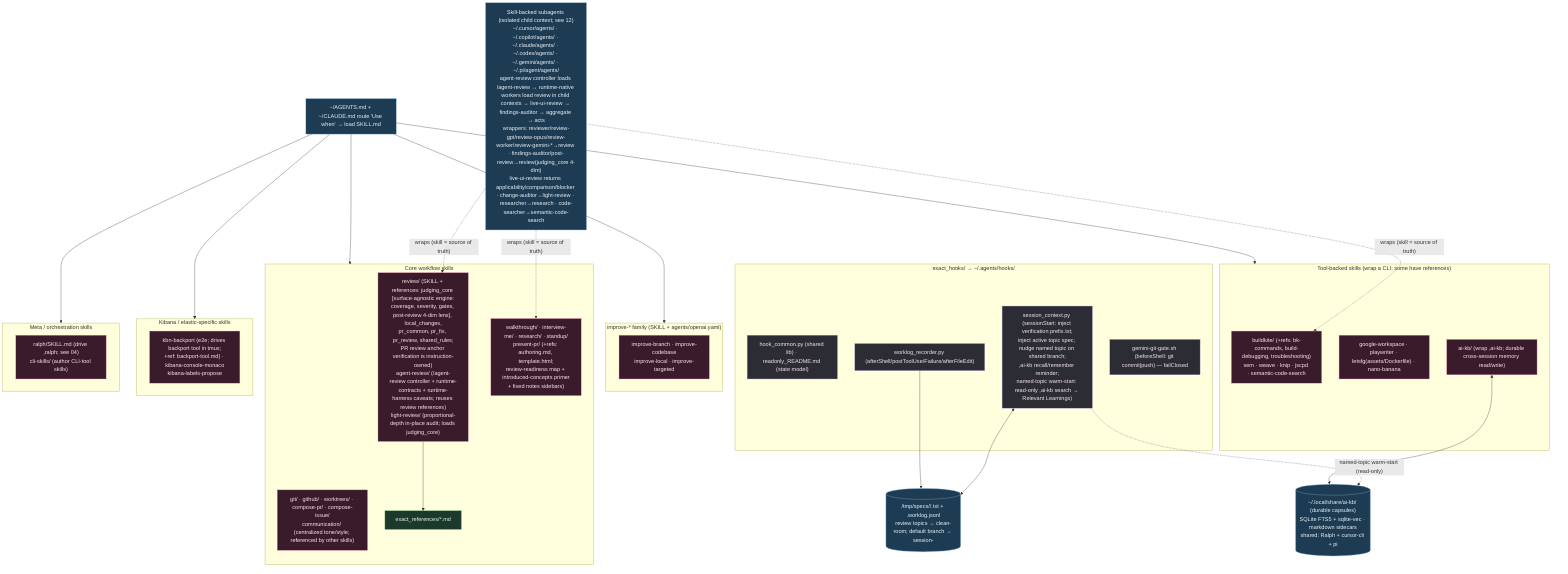
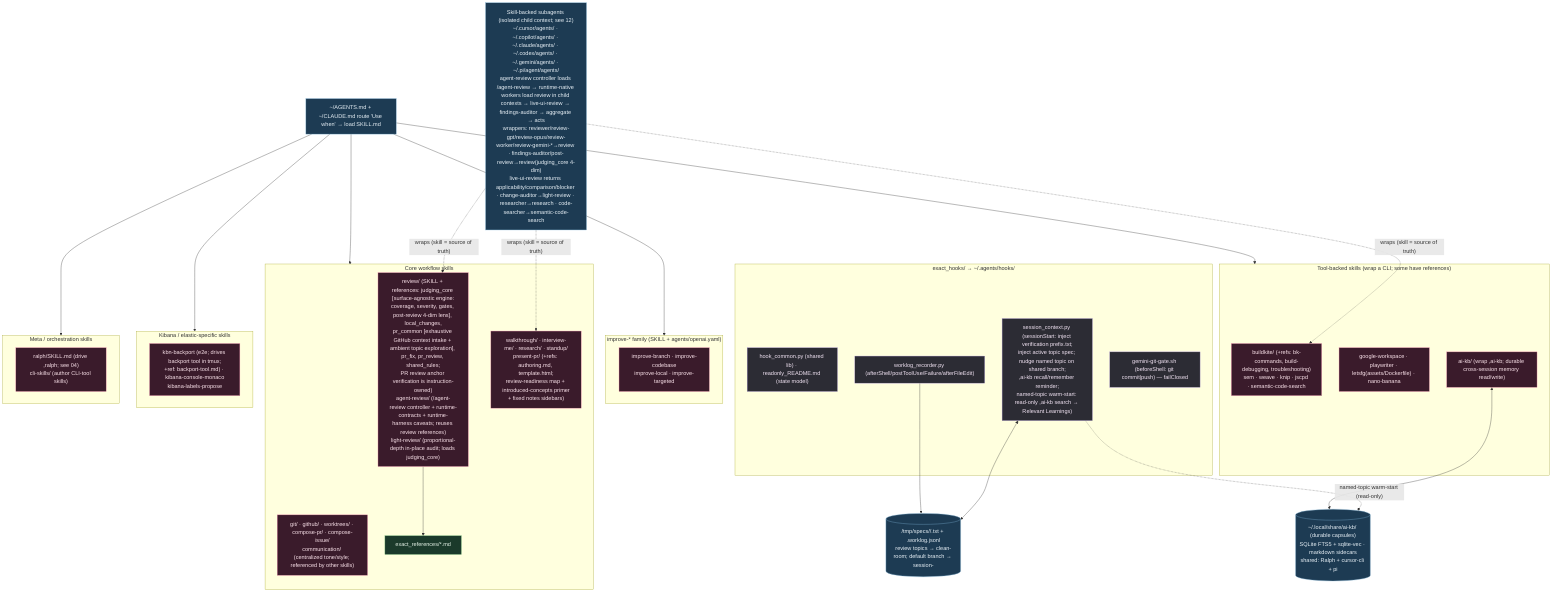
%% ============================================================================
%% 03b-agent-skills-hooks.mmd — Every file under home/exact_dot_agents/ (62).
%% Skills → ~/.agents/skills/ (intent-routed SKILL.md). Shared hooks → ~/.agents/hooks/.
%% ============================================================================
flowchart TB
    classDef skill fill:#3a1b2b,stroke:#f48fb1,color:#fce4ec;
    classDef hook fill:#2c2c34,stroke:#b39ddb,color:#f3e5f5;
    classDef ref fill:#1b3a2b,stroke:#81c784,color:#e8f5e9;
    classDef data fill:#1d3b53,stroke:#7fb3d5,color:#eaf2f8;

    subgraph HOOKS["exact_hooks/ → ~/.agents/hooks/"]
        HC["hook_common.py (shared lib) · readonly_README.md (state model)"]:::hook
        SCx["session_context.py (sessionStart: inject verification prefix.txt;<br/>inject active topic spec; nudge named topic on shared branch;<br/>,ai-kb recall/remember reminder;<br/>named-topic warm-start: read-only ,ai-kb search → Relevant Learnings)"]:::hook
        WLx["worklog_recorder.py (afterShell/postToolUse/Failure/afterFileEdit)"]:::hook
        GG["gemini-git-gate.sh (beforeShell: git commit|push) — failClosed"]:::hook
    end

    MEM[("/tmp/specs/<pwd>/<topic>.txt + .worklog.jsonl<br/>review topics → clean-room; default branch → session-<id>")]:::data
    SCx <--> MEM
    WLx --> MEM

    KBDB[("~/.local/share/ai-kb/ (durable capsules)<br/>SQLite FTS5 + sqlite-vec · markdown sidecars<br/>shared: Ralph + cursor-cli + pi")]:::data
    SCx -. "named-topic warm-start (read-only)" .-> KBDB

    subgraph CORE["Core workflow skills"]
-         S1["review/ (SKILL + references: judging_core [surface-agnostic engine:<br/>coverage, severity, gates, post-review 4-dim lens], local_changes,<br/>pr_common, pr_fix, pr_review, shared_rules;<br/>PR review anchor verification is instruction-owned)<br/>agent-review/ (/agent-review controller + runtime-contracts + runtime-harness caveats; reuses review references)<br/>light-review/ (proportional-depth in-place audit; loads judging_core)"]:::skill
+         S1["review/ (SKILL + references: judging_core [surface-agnostic engine:<br/>coverage, severity, gates, post-review 4-dim lens], local_changes,<br/>pr_common [exhaustive GitHub context intake + ambient topic exploration], pr_fix, pr_review, shared_rules;<br/>PR review anchor verification is instruction-owned)<br/>agent-review/ (/agent-review controller + runtime-contracts + runtime-harness caveats; reuses review references)<br/>light-review/ (proportional-depth in-place audit; loads judging_core)"]:::skill
        S2["git/ · github/ · worktrees/ · compose-pr/ · compose-issue/<br/>communication/ (centralized tone/style; referenced by other skills)"]:::skill
        S3["walkthrough/ · interview-me/ · research/ · standup/<br/>present-pr/ (+refs: authoring.md, template.html;<br/>review-readiness map + introduced-concepts primer<br/>+ fixed notes sidebars)"]:::skill
        S1 --> R1["exact_references/*.md"]:::ref
    end

    subgraph IMPROVE["improve-* family (SKILL + agents/openai.yaml)"]
        S4["improve-branch · improve-codebase<br/>improve-local · improve-targeted"]:::skill
    end

    subgraph TOOLS["Tool-backed skills (wrap a CLI; some have references)"]
        S5["buildkite/ (+refs: bk-commands, build-debugging, troubleshooting)<br/>sem · weave · knip · jscpd · semantic-code-search"]:::skill
        S6["google-workspace · playwriter · letsfg(assets/Dockerfile) · nano-banana"]:::skill
        S7["ai-kb/ (wrap ,ai-kb; durable cross-session memory read/write)"]:::skill
    end

    subgraph KBN["Kibana / elastic-specific skills"]
        S8["kbn-backport (e2e; drives backport tool in tmux;<br/>+ref: backport-tool.md) · kibana-console-monaco<br/>kibana-labels-propose"]:::skill
    end

    subgraph META["Meta / orchestration skills"]
        S9["ralph/SKILL.md (drive ,ralph; see 04)<br/>cli-skills/ (author CLI-tool skills)"]:::skill
    end

    SOPS["~/AGENTS.md + ~/CLAUDE.md route 'Use when' → load SKILL.md"]:::data
    SOPS --> CORE & IMPROVE & TOOLS & KBN & META
    S7 <--> KBDB

    SUBA["Skill-backed subagents (isolated child context; see 12)<br/>~/.cursor/agents/ · ~/.copilot/agents/ · ~/.claude/agents/ · ~/.codex/agents/ · ~/.gemini/agents/ · ~/.pi/agent/agents/<br/>agent-review controller loads /agent-review → runtime-native workers load review in child contexts → live-ui-review → findings-auditor → aggregate → acts<br/>wrappers: reviewer/review-gpt/review-opus/review-worker/review-gemini-*→review · findings-auditor/post-review→review(judging_core 4-dim)<br/>live-ui-review returns applicability/comparison/blocker · change-auditor→light-review · researcher→research · code-searcher→semantic-code-search"]:::data
    SUBA -.->|"wraps (skill = source of truth)"| S1 & S3 & S5
